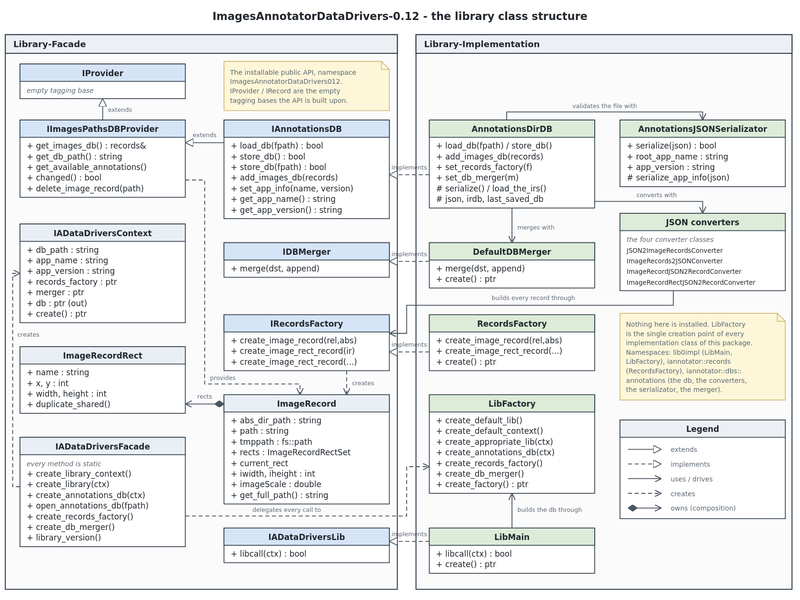
The PlantUML diagram doc/diagrams/images/lib-class-structure.svg in yuriysydor1991/ImagesAnnotator-DataDrivers, before a commit. Its source is kept beside it as doc/diagrams/plantuml/lib-class-structure.puml.
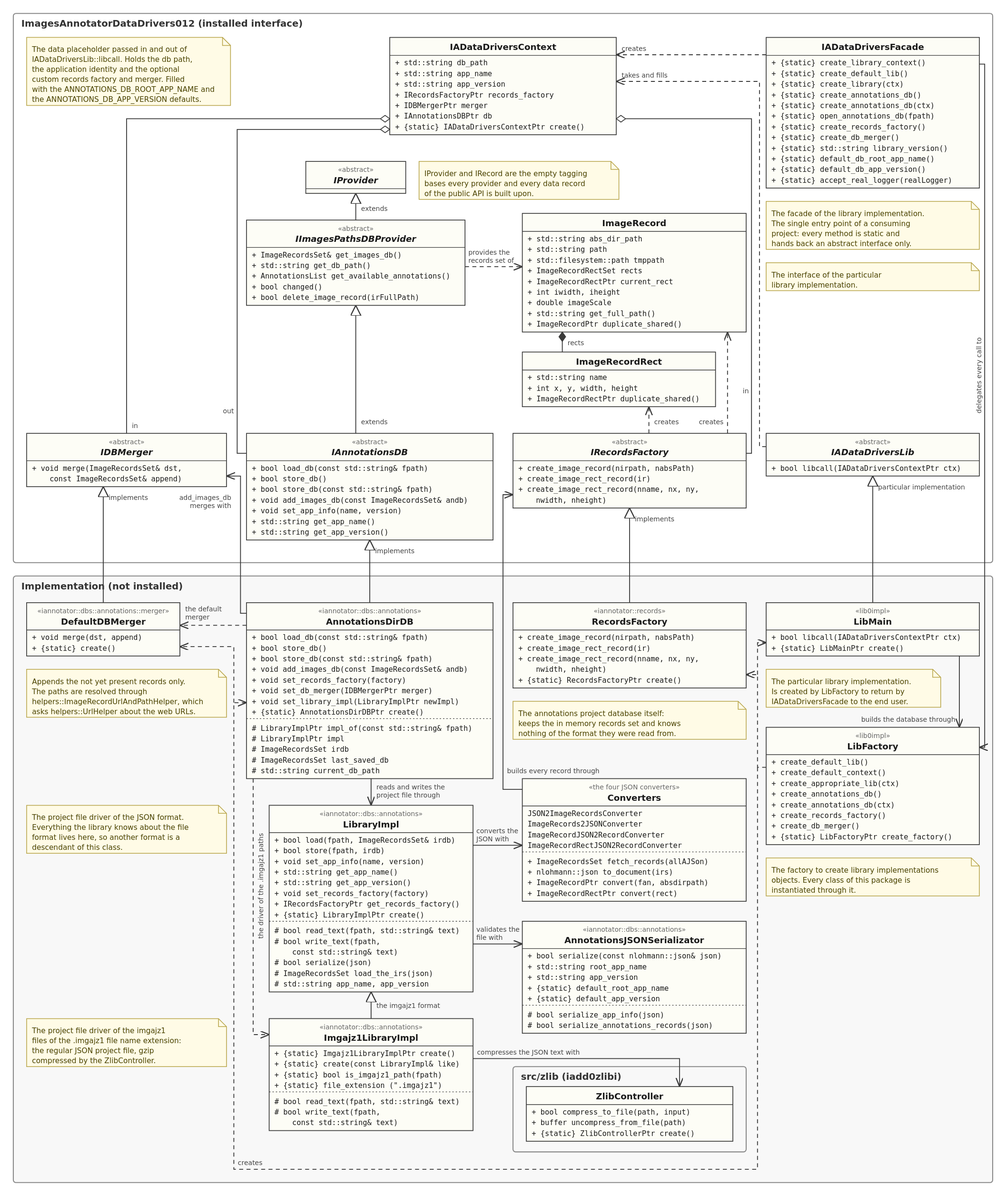
Later version of the same file.

Commit message:
Redraw the class diagram with the imgajz1 driver

The edit, as a diff of the source:
```diff
@@ -1,6 +1,6 @@
 @startuml
 
-package Library-Facade {
+package "ImagesAnnotatorDataDrivers012 (installed interface)" {
 
   abstract class IProvider {
   }
@@ -81,10 +81,11 @@
     +{static} std::string library_version()
     +{static} std::string default_db_root_app_name()
     +{static} std::string default_db_app_version()
+    +{static} void accept_real_logger(const std::shared_ptr<logger::ILogger>& realLogger)
   }
 }
 
-package Library-Implementation {
+package "Implementation (not installed)" #F8F8F8 {
 
   class LibMain <<lib0impl>> {
     +bool libcall(IADataDriversContextPtr ctx)
@@ -112,6 +113,7 @@
     +void set_library_impl(LibraryImplPtr newImpl)
     +{static} AnnotationsDirDBPtr create()
     ..
+    #LibraryImplPtr impl_of(const std::string& fpath)
     #LibraryImplPtr impl
     #ImageRecordsSet irdb
     #ImageRecordsSet last_saved_db
@@ -122,13 +124,36 @@
     +bool load(const std::string& fpath, ImageRecordsSet& irdb)
     +bool store(const std::string& fpath, const ImageRecordsSet& irdb)
     +void set_app_info(const std::string& name, const std::string& version)
+    +std::string get_app_name()
+    +std::string get_app_version()
     +void set_records_factory(IRecordsFactoryPtr factory)
+    +IRecordsFactoryPtr get_records_factory()
     +{static} LibraryImplPtr create()
     ..
+    #bool read_text(const std::string& fpath, std::string& text)
+    #bool write_text(const std::string& fpath, const std::string& text)
     #bool serialize(const nlohmann::json& json)
     #ImageRecordsSet load_the_irs(const nlohmann::json& json)
     #std::string app_name
     #std::string app_version
+  }
+
+  class Imgajz1LibraryImpl <<iannotator::dbs::annotations>> {
+    +{static} Imgajz1LibraryImplPtr create()
+    +{static} Imgajz1LibraryImplPtr create(const LibraryImpl& like)
+    +{static} bool is_imgajz1_path(const std::string& fpath)
+    +{static} file_extension
+    ..
+    #bool read_text(const std::string& fpath, std::string& text)
+    #bool write_text(const std::string& fpath, const std::string& text)
+  }
+
+  package "src/zlib (iadd0zlibi)" #F8F8F8 {
+    class ZlibController {
+      +bool compress_to_file(const std::string& path, const buffer& input)
+      +buffer uncompress_from_file(const std::string& path)
+      +{static} ZlibControllerPtr create()
+    }
   }
 
   class AnnotationsJSONSerializator <<iannotator::dbs::annotations>> {
@@ -149,7 +174,7 @@
     ImageRecordRectJSON2RecordConverter
     ..
     +ImageRecordsSet fetch_records(const nlohmann::json& allAJSon)
-    +bool store(const ImageRecordsSet& irs, const std::string& filepath)
+    +nlohmann::json to_document(const ImageRecordsSet& irs)
     +ImageRecordPtr convert(const nlohmann::json& fan, const std::string& absdirpath)
     +ImageRecordRectPtr convert(const nlohmann::json& rect)
   }
@@ -171,7 +196,7 @@
 
 note Left of IADataDriversContext : The data placeholder passed in and out\nof IADataDriversLib::libcall. Holds the db path, the\napplication identity and the optional custom\nrecords factory and merger. Filled with the\nANNOTATIONS_DB_ROOT_APP_NAME and the\nANNOTATIONS_DB_APP_VERSION defaults.
 
-note Bottom of IADataDriversLib : The particular library implementation interface declearer.
+note Bottom of IADataDriversLib : The interface of the particular library implementation.
 
 note Right of IProvider : IProvider and IRecord are the empty tagging\nbases every provider and every data record\nof the public API is built upon.
 
@@ -182,6 +207,8 @@
 note Right of AnnotationsDirDB : The annotations project database itself:\nkeeps the in memory records set and knows\nnothing of the format they were read from.
 
 note Right of LibraryImpl : The project file driver of the JSON format.\nEverything the library knows about the file\nformat lives here, so another format is a\ndescendant of this class.
+
+note Right of Imgajz1LibraryImpl : The project file driver of the imgajz1 files\nof the .imgajz1 file name extension: the regular\nJSON project file, gzip compressed by the\nZlibController.
 
 note Bottom of DefaultDBMerger : Appends the not yet present records only.\nThe paths are resolved through\nhelpers::ImageRecordUrlAndPathHelper, which\nasks helpers::UrlHelper about the web URLs.
 
@@ -213,6 +240,9 @@
 LibFactory ..> DefaultDBMerger : creates
 
 AnnotationsDirDB --> LibraryImpl : reads and writes the project file through
+AnnotationsDirDB ..> Imgajz1LibraryImpl : the driver of the .imgajz1 paths
+LibraryImpl <|-- Imgajz1LibraryImpl : the imgajz1 format
+Imgajz1LibraryImpl --> ZlibController : compresses the JSON text with
 LibraryImpl --> AnnotationsJSONSerializator : validates the file with
 LibraryImpl --> Converters : converts the JSON with
 AnnotationsDirDB --> IDBMerger : add_images_db merges with
```
